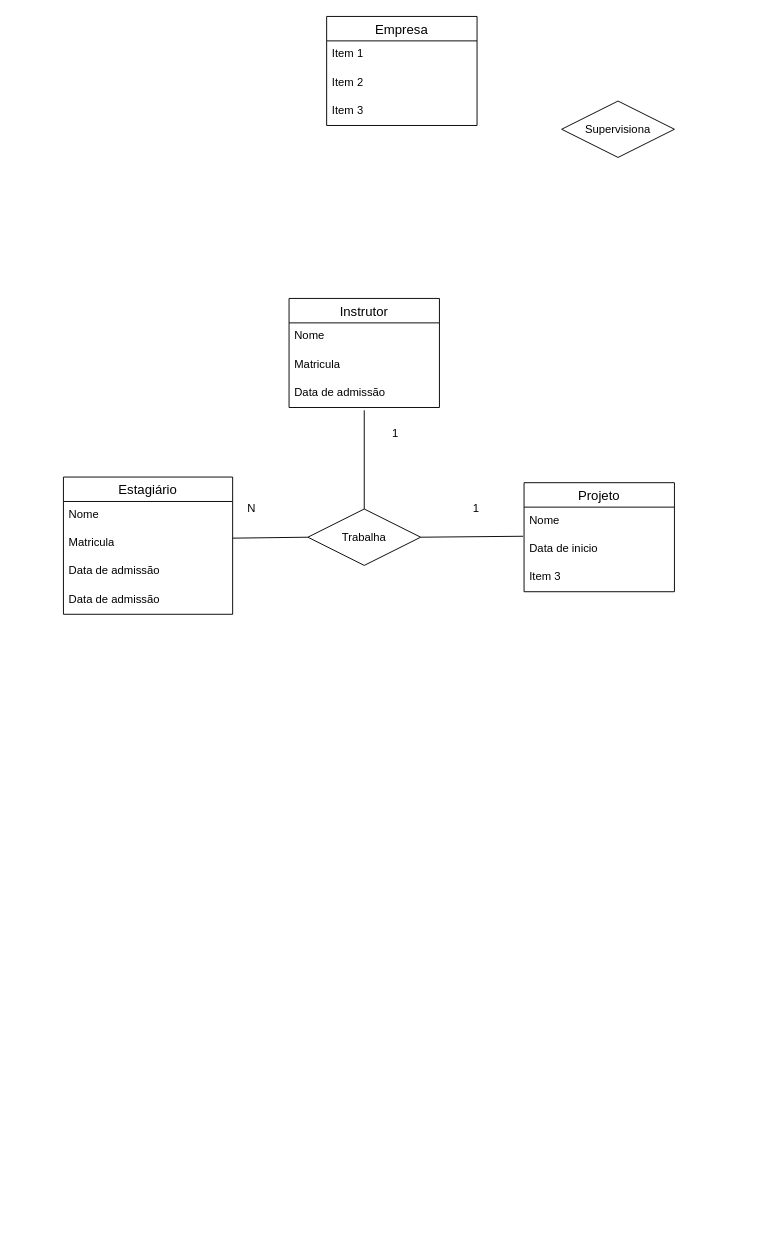
The draw.io diagram Trabalho Banco de Dados.drawio in rafaelscatolin/Banco-de-Dados-Trabalho-14-06-2023, before the edit. Source tidied: cells renumbered, new cells numbered last; positions are measured from the earlier drawing's top-left corner, leaving out a move shared by most shapes. Both pictures are drawn from the tidied source at 94%, with x=0, y=0 at pixel (63, 16).
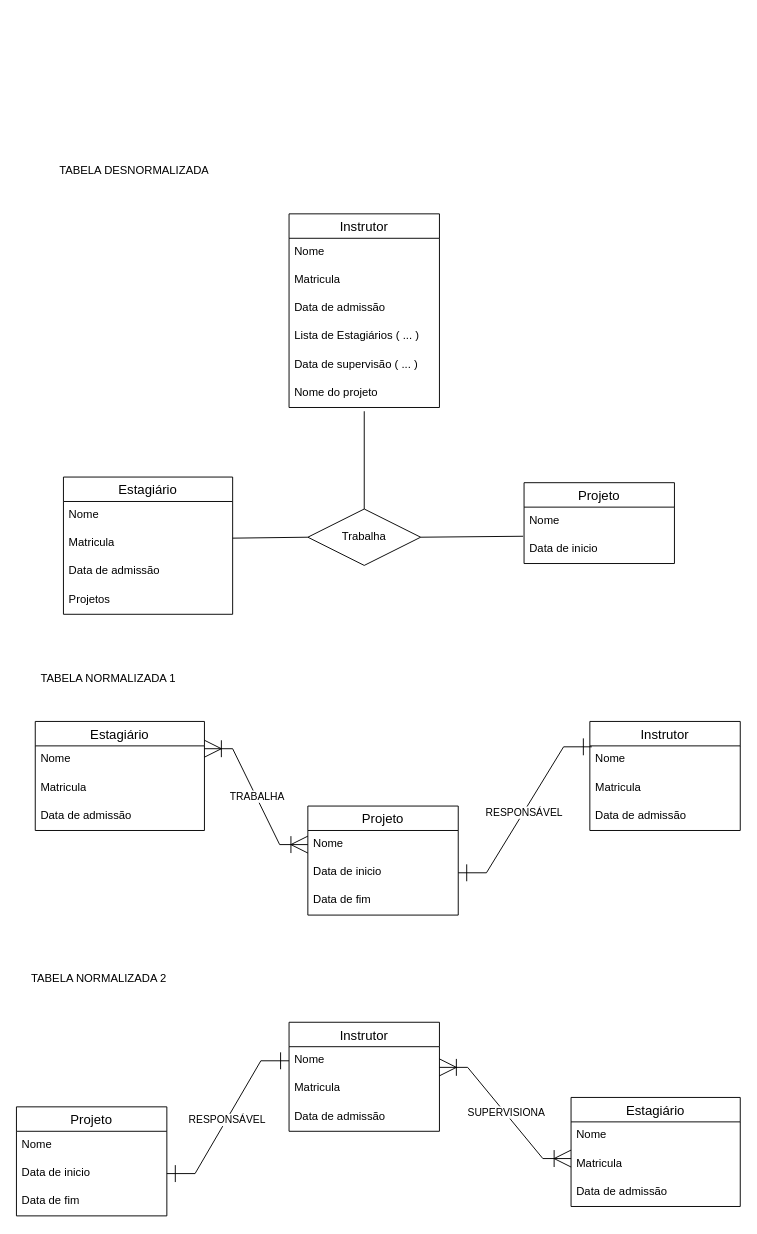
The same page after the edit.

Unchanged cells that the change refers to:
```xml
<mxCell id="2" value="Estagiário" style="swimlane;fontStyle=0;horizontal=1;startSize=26;align=center;fontSize=14;" parent="1" vertex="1">
  <mxGeometry y="490" width="180" height="146" as="geometry" />
</mxCell>
<mxCell id="10" value="Data de admissão" style="text;strokeColor=none;fillColor=none;spacingLeft=4;spacingRight=4;overflow=hidden;points=[[0,0.5],[1,0.5]];portConstraint=eastwest;fontSize=12;whiteSpace=wrap;html=1;" parent="7" vertex="1">
  <mxGeometry y="86" width="160" height="30" as="geometry" />
</mxCell>
<mxCell id="19" value="Trabalha" style="shape=rhombus;perimeter=rhombusPerimeter;whiteSpace=wrap;html=1;align=center;" parent="1" vertex="1">
  <mxGeometry x="260" y="524" width="120" height="60" as="geometry" />
</mxCell>
```

The edit, as a diff of the source:
```diff
@@
-    <mxCell id="6" value="Data de admissão" style="text;strokeColor=none;fillColor=none;spacingLeft=4;spacingRight=4;overflow=hidden;fontSize=12;whiteSpace=wrap;html=1;" parent="2" vertex="1">
-      <mxGeometry y="116" width="180" height="30" as="geometry" />
-    </mxCell>
+    <mxCell id="27" value="Projetos" style="text;strokeColor=none;fillColor=none;spacingLeft=4;spacingRight=4;overflow=hidden;fontSize=12;whiteSpace=wrap;html=1;" parent="2" vertex="1">
+      <mxGeometry y="116" width="180" height="30" as="geometry" />
+    </mxCell>
     <mxCell id="7" value="Instrutor" style="swimlane;fontStyle=0;horizontal=1;startSize=26;align=center;fontSize=14;" parent="1" vertex="1">
-      <mxGeometry x="240" y="300" width="160" height="116" as="geometry" />
+      <mxGeometry x="240" y="210" width="160" height="206" as="geometry" />
     </mxCell>
@@
-    <mxCell id="11" value="Empresa" style="swimlane;fontStyle=0;horizontal=1;startSize=26;align=center;fontSize=14;" parent="1" vertex="1">
-      <mxGeometry x="280" width="160" height="116" as="geometry" />
-    </mxCell>
-    <mxCell id="12" value="Item 1" style="text;strokeColor=none;fillColor=none;spacingLeft=4;spacingRight=4;overflow=hidden;fontSize=12;whiteSpace=wrap;html=1;" parent="11" vertex="1">
-      <mxGeometry y="26" width="160" height="30" as="geometry" />
-    </mxCell>
-    <mxCell id="13" value="Item 2" style="text;strokeColor=none;fillColor=none;spacingLeft=4;spacingRight=4;overflow=hidden;fontSize=12;whiteSpace=wrap;html=1;" parent="11" vertex="1">
-      <mxGeometry y="56" width="160" height="30" as="geometry" />
-    </mxCell>
-    <mxCell id="14" value="Item 3" style="text;strokeColor=none;fillColor=none;spacingLeft=4;spacingRight=4;overflow=hidden;fontSize=12;whiteSpace=wrap;html=1;" parent="11" vertex="1">
-      <mxGeometry y="86" width="160" height="30" as="geometry" />
-    </mxCell>
+    <mxCell id="28" value="Lista de Estagiários ( ... )" style="text;strokeColor=none;fillColor=none;spacingLeft=4;spacingRight=4;overflow=hidden;fontSize=12;whiteSpace=wrap;html=1;" parent="7" vertex="1">
+      <mxGeometry y="116" width="160" height="30" as="geometry" />
+    </mxCell>
+    <mxCell id="29" value="Data de supervisão ( ... )" style="text;strokeColor=none;fillColor=none;spacingLeft=4;spacingRight=4;overflow=hidden;fontSize=12;whiteSpace=wrap;html=1;" parent="7" vertex="1">
+      <mxGeometry y="146" width="160" height="30" as="geometry" />
+    </mxCell>
+    <mxCell id="30" value="Nome do projeto" style="text;strokeColor=none;fillColor=none;spacingLeft=4;spacingRight=4;overflow=hidden;fontSize=12;whiteSpace=wrap;html=1;" parent="7" vertex="1">
+      <mxGeometry y="176" width="160" height="30" as="geometry" />
+    </mxCell>
     <mxCell id="15" value="Projeto" style="swimlane;fontStyle=0;horizontal=1;startSize=26;align=center;fontSize=14;" parent="1" vertex="1">
-      <mxGeometry x="490" y="496" width="160" height="116" as="geometry" />
+      <mxGeometry x="490" y="496" width="160" height="86" as="geometry" />
     </mxCell>
@@
-    <mxCell id="18" value="Item 3" style="text;strokeColor=none;fillColor=none;spacingLeft=4;spacingRight=4;overflow=hidden;fontSize=12;whiteSpace=wrap;html=1;" parent="15" vertex="1">
-      <mxGeometry y="86" width="160" height="30" as="geometry" />
-    </mxCell>
@@
-    <mxCell id="20" value="Supervisiona" style="shape=rhombus;perimeter=rhombusPerimeter;whiteSpace=wrap;html=1;align=center;" parent="1" vertex="1">
-      <mxGeometry x="530" y="90" width="120" height="60" as="geometry" />
-    </mxCell>
@@
-    <mxCell id="23" style="endArrow=none;html=1;rounded=0;exitX=0.5;exitY=0;exitDx=0;exitDy=0;entryX=0.5;entryY=1.1;entryDx=0;entryDy=0;entryPerimeter=0;" parent="1" edge="1" source="19" target="10">
-      <mxGeometry relative="1" as="geometry" />
+    <mxCell id="23" style="endArrow=none;html=1;rounded=0;exitX=0.5;exitY=0;exitDx=0;exitDy=0;" parent="1" edge="1" source="19">
+      <mxGeometry relative="1" as="geometry">
+        <mxPoint x="320" y="420" as="targetPoint" />
+      </mxGeometry>
     </mxCell>
-    <mxCell id="24" value="1" style="text;strokeColor=none;fillColor=none;spacingLeft=4;spacingRight=4;overflow=hidden;fontSize=12;whiteSpace=wrap;html=1;" parent="1" vertex="1">
-      <mxGeometry x="344" y="430" width="40" height="30" as="geometry" />
-    </mxCell>
-    <mxCell id="25" value="1" style="text;strokeColor=none;fillColor=none;spacingLeft=4;spacingRight=4;overflow=hidden;fontSize=12;whiteSpace=wrap;html=1;" parent="1" vertex="1">
-      <mxGeometry x="430" y="510" width="40" height="30" as="geometry" />
-    </mxCell>
-    <mxCell id="26" value="N" style="text;strokeColor=none;fillColor=none;spacingLeft=4;spacingRight=4;overflow=hidden;fontSize=12;whiteSpace=wrap;html=1;" parent="1" vertex="1">
-      <mxGeometry x="190" y="510" width="40" height="30" as="geometry" />
-    </mxCell>
+    <mxCell id="31" value="Estagiário" style="swimlane;fontStyle=0;horizontal=1;startSize=26;align=center;fontSize=14;" parent="1" vertex="1">
+      <mxGeometry x="540" y="1150" width="180" height="116" as="geometry" />
+    </mxCell>
+    <mxCell id="32" value="Nome" style="text;strokeColor=none;fillColor=none;spacingLeft=4;spacingRight=4;overflow=hidden;fontSize=12;whiteSpace=wrap;html=1;" parent="31" vertex="1">
+      <mxGeometry y="26" width="180" height="30" as="geometry" />
+    </mxCell>
+    <mxCell id="33" value="Matricula" style="text;strokeColor=none;fillColor=none;spacingLeft=4;spacingRight=4;overflow=hidden;points=[[0,0.5],[1,0.5]];portConstraint=eastwest;fontSize=12;whiteSpace=wrap;html=1;" parent="31" vertex="1">
+      <mxGeometry y="56" width="180" height="30" as="geometry" />
+    </mxCell>
+    <mxCell id="34" value="Data de admissão" style="text;strokeColor=none;fillColor=none;spacingLeft=4;spacingRight=4;overflow=hidden;fontSize=12;whiteSpace=wrap;html=1;" parent="31" vertex="1">
+      <mxGeometry y="86" width="180" height="30" as="geometry" />
+    </mxCell>
+    <mxCell id="35" value="Instrutor" style="swimlane;fontStyle=0;horizontal=1;startSize=26;align=center;fontSize=14;" parent="1" vertex="1">
+      <mxGeometry x="240" y="1070" width="160" height="116" as="geometry" />
+    </mxCell>
+    <mxCell id="36" value="Nome" style="text;strokeColor=none;fillColor=none;spacingLeft=4;spacingRight=4;overflow=hidden;points=[[0,0.5],[1,0.5]];portConstraint=eastwest;fontSize=12;whiteSpace=wrap;html=1;" parent="35" vertex="1">
+      <mxGeometry y="26" width="160" height="30" as="geometry" />
+    </mxCell>
+    <mxCell id="37" value="Matricula" style="text;strokeColor=none;fillColor=none;spacingLeft=4;spacingRight=4;overflow=hidden;fontSize=12;whiteSpace=wrap;html=1;" parent="35" vertex="1">
+      <mxGeometry y="56" width="160" height="30" as="geometry" />
+    </mxCell>
+    <mxCell id="38" value="Data de admissão" style="text;strokeColor=none;fillColor=none;spacingLeft=4;spacingRight=4;overflow=hidden;fontSize=12;whiteSpace=wrap;html=1;" parent="35" vertex="1">
+      <mxGeometry y="86" width="160" height="30" as="geometry" />
+    </mxCell>
+    <mxCell id="39" style="edgeStyle=entityRelationEdgeStyle;fontSize=12;html=1;endArrow=ERoneToMany;rounded=0;entryX=0;entryY=0.3;entryDx=0;entryDy=0;entryPerimeter=0;startArrow=ERoneToMany;startFill=0;endFill=0;strokeWidth=1;endSize=16;startSize=16;" parent="1" edge="1" target="33">
+      <mxGeometry relative="1" as="geometry">
+        <mxPoint x="400" y="1118" as="sourcePoint" />
+      </mxGeometry>
+    </mxCell>
+    <mxCell id="40" value="SUPERVISIONA" style="edgeLabel;html=1;align=center;verticalAlign=middle;" parent="39" vertex="1">
+      <mxGeometry y="1" relative="1" as="geometry" />
+    </mxCell>
+    <mxCell id="41" value="Projeto" style="swimlane;fontStyle=0;horizontal=1;startSize=26;align=center;fontSize=14;" parent="1" vertex="1">
+      <mxGeometry x="-50" y="1160" width="160" height="116" as="geometry" />
+    </mxCell>
+    <mxCell id="42" value="Nome" style="text;strokeColor=none;fillColor=none;spacingLeft=4;spacingRight=4;overflow=hidden;fontSize=12;whiteSpace=wrap;html=1;" parent="41" vertex="1">
+      <mxGeometry y="26" width="160" height="30" as="geometry" />
+    </mxCell>
+    <mxCell id="43" value="Data de inicio" style="text;strokeColor=none;fillColor=none;spacingLeft=4;spacingRight=4;overflow=hidden;points=[[0,0.5],[1,0.5]];portConstraint=eastwest;fontSize=12;whiteSpace=wrap;html=1;" parent="41" vertex="1">
+      <mxGeometry y="56" width="160" height="30" as="geometry" />
+    </mxCell>
+    <mxCell id="44" value="Data de fim" style="text;strokeColor=none;fillColor=none;spacingLeft=4;spacingRight=4;overflow=hidden;fontSize=12;whiteSpace=wrap;html=1;" parent="41" vertex="1">
+      <mxGeometry y="86" width="160" height="30" as="geometry" />
+    </mxCell>
+    <mxCell id="45" style="edgeStyle=entityRelationEdgeStyle;fontSize=12;html=1;endArrow=ERone;startArrow=ERone;rounded=0;exitX=1;exitY=0.5;exitDx=0;exitDy=0;startFill=0;endFill=0;endSize=16;startSize=16;" parent="1" edge="1" source="43" target="36">
+      <mxGeometry relative="1" as="geometry" />
+    </mxCell>
+    <mxCell id="46" value="RESPONSÁVEL" style="edgeLabel;html=1;align=center;verticalAlign=middle;" parent="45" vertex="1">
+      <mxGeometry x="-0.02" relative="1" as="geometry" />
+    </mxCell>
+    <mxCell id="47" value="Instrutor" style="swimlane;fontStyle=0;horizontal=1;startSize=26;align=center;fontSize=14;" parent="1" vertex="1">
+      <mxGeometry x="560" y="750" width="160" height="116" as="geometry" />
+    </mxCell>
+    <mxCell id="48" value="Nome" style="text;strokeColor=none;fillColor=none;spacingLeft=4;spacingRight=4;overflow=hidden;points=[[0,0.5],[1,0.5]];portConstraint=eastwest;fontSize=12;whiteSpace=wrap;html=1;" parent="47" vertex="1">
+      <mxGeometry y="26" width="160" height="30" as="geometry" />
+    </mxCell>
+    <mxCell id="49" value="Matricula" style="text;strokeColor=none;fillColor=none;spacingLeft=4;spacingRight=4;overflow=hidden;fontSize=12;whiteSpace=wrap;html=1;" parent="47" vertex="1">
+      <mxGeometry y="56" width="160" height="30" as="geometry" />
+    </mxCell>
+    <mxCell id="50" value="Data de admissão" style="text;strokeColor=none;fillColor=none;spacingLeft=4;spacingRight=4;overflow=hidden;fontSize=12;whiteSpace=wrap;html=1;" parent="47" vertex="1">
+      <mxGeometry y="86" width="160" height="30" as="geometry" />
+    </mxCell>
+    <mxCell id="51" value="Projeto" style="swimlane;fontStyle=0;horizontal=1;startSize=26;align=center;fontSize=14;" parent="1" vertex="1">
+      <mxGeometry x="260" y="840" width="160" height="116" as="geometry" />
+    </mxCell>
+    <mxCell id="52" value="Nome" style="text;strokeColor=none;fillColor=none;spacingLeft=4;spacingRight=4;overflow=hidden;points=[[0,0.5],[1,0.5]];portConstraint=eastwest;fontSize=12;whiteSpace=wrap;html=1;" parent="51" vertex="1">
+      <mxGeometry y="26" width="160" height="30" as="geometry" />
+    </mxCell>
+    <mxCell id="53" value="Data de inicio" style="text;strokeColor=none;fillColor=none;spacingLeft=4;spacingRight=4;overflow=hidden;points=[[0,0.5],[1,0.5]];portConstraint=eastwest;fontSize=12;whiteSpace=wrap;html=1;" parent="51" vertex="1">
+      <mxGeometry y="56" width="160" height="30" as="geometry" />
+    </mxCell>
+    <mxCell id="54" value="Data de fim" style="text;strokeColor=none;fillColor=none;spacingLeft=4;spacingRight=4;overflow=hidden;fontSize=12;whiteSpace=wrap;html=1;" parent="51" vertex="1">
+      <mxGeometry y="86" width="160" height="30" as="geometry" />
+    </mxCell>
+    <mxCell id="55" style="edgeStyle=entityRelationEdgeStyle;fontSize=12;html=1;endArrow=ERone;startArrow=ERone;rounded=0;exitX=1;exitY=0.5;exitDx=0;exitDy=0;startFill=0;endFill=0;endSize=16;startSize=16;entryX=0.013;entryY=0.033;entryDx=0;entryDy=0;entryPerimeter=0;" parent="1" edge="1" source="53" target="48">
+      <mxGeometry relative="1" as="geometry" />
+    </mxCell>
+    <mxCell id="56" value="RESPONSÁVEL" style="edgeLabel;html=1;align=center;verticalAlign=middle;" parent="55" vertex="1">
+      <mxGeometry x="-0.02" relative="1" as="geometry" />
+    </mxCell>
+    <mxCell id="57" value="Estagiário" style="swimlane;fontStyle=0;horizontal=1;startSize=26;align=center;fontSize=14;" parent="1" vertex="1">
+      <mxGeometry x="-30" y="750" width="180" height="116" as="geometry" />
+    </mxCell>
+    <mxCell id="58" value="Nome" style="text;strokeColor=none;fillColor=none;spacingLeft=4;spacingRight=4;overflow=hidden;fontSize=12;whiteSpace=wrap;html=1;" parent="57" vertex="1">
+      <mxGeometry y="26" width="180" height="30" as="geometry" />
+    </mxCell>
+    <mxCell id="59" value="Matricula" style="text;strokeColor=none;fillColor=none;spacingLeft=4;spacingRight=4;overflow=hidden;fontSize=12;whiteSpace=wrap;html=1;" parent="57" vertex="1">
+      <mxGeometry y="56" width="180" height="30" as="geometry" />
+    </mxCell>
+    <mxCell id="60" value="Data de admissão" style="text;strokeColor=none;fillColor=none;spacingLeft=4;spacingRight=4;overflow=hidden;fontSize=12;whiteSpace=wrap;html=1;" parent="57" vertex="1">
+      <mxGeometry y="86" width="180" height="30" as="geometry" />
+    </mxCell>
+    <mxCell id="61" style="edgeStyle=entityRelationEdgeStyle;fontSize=12;html=1;endArrow=ERoneToMany;rounded=0;entryX=0;entryY=0.5;entryDx=0;entryDy=0;startArrow=ERoneToMany;startFill=0;endFill=0;strokeWidth=1;endSize=16;startSize=16;exitX=1;exitY=0.25;exitDx=0;exitDy=0;" parent="1" edge="1" source="57" target="52">
+      <mxGeometry relative="1" as="geometry" />
+    </mxCell>
+    <mxCell id="62" value="TRABALHA" style="edgeLabel;html=1;align=center;verticalAlign=middle;" parent="61" vertex="1">
+      <mxGeometry y="1" relative="1" as="geometry" />
+    </mxCell>
+    <mxCell id="63" value="TABELA DESNORMALIZADA" style="text;strokeColor=none;fillColor=none;spacingLeft=4;spacingRight=4;overflow=hidden;fontSize=12;whiteSpace=wrap;html=1;strokeWidth=0;" parent="1" vertex="1">
+      <mxGeometry x="-10" y="150" width="300" height="30" as="geometry" />
+    </mxCell>
+    <mxCell id="64" value="TABELA NORMALIZADA 1" style="text;strokeColor=none;fillColor=none;spacingLeft=4;spacingRight=4;overflow=hidden;fontSize=12;whiteSpace=wrap;html=1;strokeWidth=0;" parent="1" vertex="1">
+      <mxGeometry x="-30" y="690" width="300" height="30" as="geometry" />
+    </mxCell>
+    <mxCell id="65" value="TABELA NORMALIZADA 2" style="text;strokeColor=none;fillColor=none;spacingLeft=4;spacingRight=4;overflow=hidden;fontSize=12;whiteSpace=wrap;html=1;strokeWidth=0;" parent="1" vertex="1">
+      <mxGeometry x="-40" y="1010" width="300" height="30" as="geometry" />
+    </mxCell>
```
